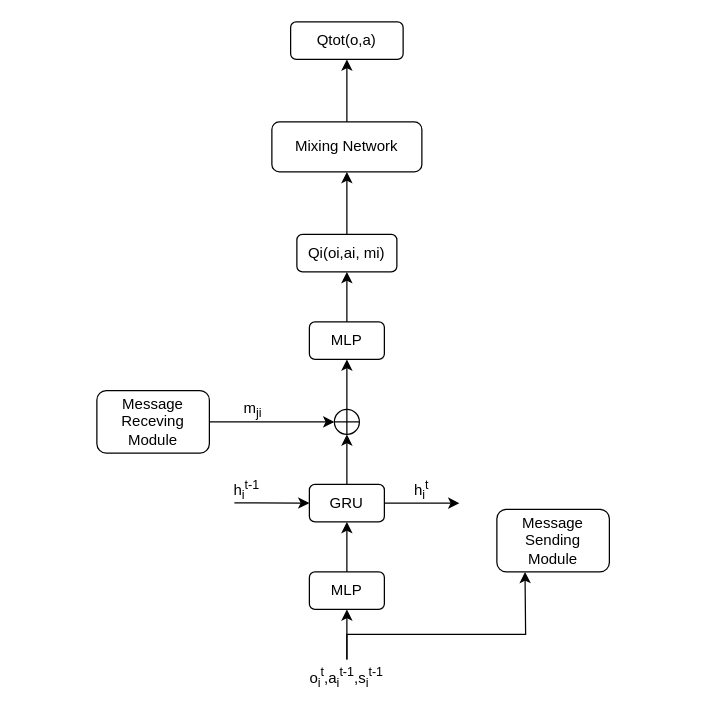
The draw.io diagram network.drawio in fan-zine/drawio, before the edit. Source tidied: cells renumbered, new cells numbered last; positions are measured from the earlier drawing's top-left corner, leaving out a move shared by most shapes. Both pictures are drawn from the tidied source at 125%, with x=0, y=0 at pixel (96, 21).
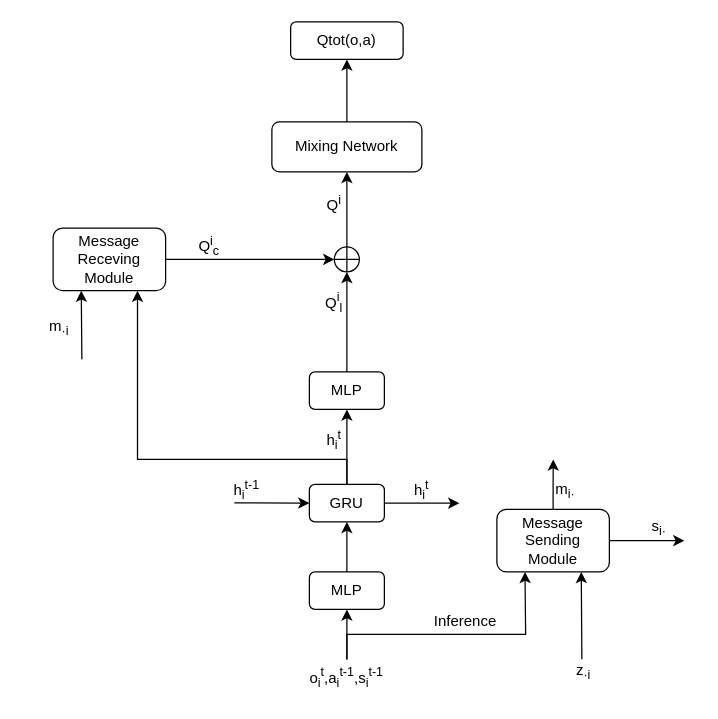
The same page after the edit.

Unchanged cells that the change refers to:
```xml
<mxCell id="5" value="GRU" style="rounded=1;whiteSpace=wrap;html=1;" parent="1" vertex="1">
  <mxGeometry x="170" y="370" width="60" height="30" as="geometry" />
</mxCell>
<mxCell id="15" value="Mixing Network" style="rounded=1;whiteSpace=wrap;html=1;" parent="1" vertex="1">
  <mxGeometry x="140" y="80" width="120" height="40" as="geometry" />
</mxCell>
<mxCell id="21" value="Message&lt;br&gt;Sending&lt;br&gt;Module" style="rounded=1;whiteSpace=wrap;html=1;" parent="1" vertex="1">
  <mxGeometry x="320" y="390" width="90" height="50" as="geometry" />
</mxCell>
```

The edit, as a diff of the source:
```diff
@@
-    <mxCell id="4" style="edgeStyle=orthogonalEdgeStyle;rounded=0;jettySize=auto;html=1;exitX=0.5;exitY=0;exitDx=0;exitDy=0;entryX=0.5;entryY=1;entryDx=0;entryDy=0;" parent="1" edge="1" source="5">
-      <mxGeometry relative="1" as="geometry">
-        <mxPoint x="200" y="330" as="targetPoint" />
-      </mxGeometry>
+    <mxCell id="4" style="edgeStyle=orthogonalEdgeStyle;rounded=0;jettySize=auto;html=1;exitX=0.5;exitY=0;exitDx=0;exitDy=0;entryX=0.5;entryY=1;entryDx=0;entryDy=0;" parent="1" edge="1" source="5" target="11">
+      <mxGeometry relative="1" as="geometry" />
     </mxCell>
+    <mxCell id="26" style="edgeStyle=orthogonalEdgeStyle;rounded=0;jettySize=auto;html=1;exitX=0.5;exitY=0;exitDx=0;exitDy=0;entryX=0.75;entryY=1;entryDx=0;entryDy=0;" parent="1" edge="1" source="5" target="24">
+      <mxGeometry relative="1" as="geometry">
+        <Array as="points">
+          <mxPoint x="200" y="350" />
+          <mxPoint x="33" y="350" />
+          <mxPoint x="33" y="215" />
+        </Array>
+      </mxGeometry>
+    </mxCell>
@@
-    <mxCell id="7" style="edgeStyle=orthogonalEdgeStyle;rounded=0;jettySize=auto;html=1;exitX=0.5;exitY=0;exitDx=0;exitDy=0;entryX=0.5;entryY=1;entryDx=0;entryDy=0;" parent="1" edge="1" source="8" target="11">
-      <mxGeometry relative="1" as="geometry" />
-    </mxCell>
-    <mxCell id="8" style="shape=orEllipse;perimeter=ellipsePerimeter;whiteSpace=wrap;html=1;backgroundOutline=1;" parent="1" vertex="1">
-      <mxGeometry x="190" y="310" width="20" height="20" as="geometry" />
-    </mxCell>
@@
-    <mxCell id="10" style="edgeStyle=orthogonalEdgeStyle;rounded=0;jettySize=auto;html=1;exitX=0.5;exitY=0;exitDx=0;exitDy=0;entryX=0.5;entryY=1;entryDx=0;entryDy=0;" parent="1" edge="1" source="11" target="13">
-      <mxGeometry relative="1" as="geometry" />
+    <mxCell id="10" style="edgeStyle=orthogonalEdgeStyle;rounded=0;jettySize=auto;html=1;exitX=0.5;exitY=0;exitDx=0;exitDy=0;entryX=0.5;entryY=1;entryDx=0;entryDy=0;" parent="1" edge="1" source="11">
+      <mxGeometry relative="1" as="geometry">
+        <mxPoint x="200" y="200" as="targetPoint" />
+      </mxGeometry>
     </mxCell>
     <mxCell id="11" value="MLP" style="rounded=1;whiteSpace=wrap;html=1;" parent="1" vertex="1">
-      <mxGeometry x="170" y="240" width="60" height="30" as="geometry" />
+      <mxGeometry x="170" y="280" width="60" height="30" as="geometry" />
     </mxCell>
-    <mxCell id="12" style="edgeStyle=orthogonalEdgeStyle;rounded=0;jettySize=auto;html=1;exitX=0.5;exitY=0;exitDx=0;exitDy=0;entryX=0.5;entryY=1;entryDx=0;entryDy=0;" parent="1" edge="1" source="13" target="15">
-      <mxGeometry relative="1" as="geometry" />
-    </mxCell>
-    <mxCell id="13" value="Qi(oi,ai, mi)" style="rounded=1;whiteSpace=wrap;html=1;" parent="1" vertex="1">
-      <mxGeometry x="160" y="170" width="80" height="30" as="geometry" />
-    </mxCell>
@@
+    <mxCell id="27" style="edgeStyle=orthogonalEdgeStyle;rounded=0;jettySize=auto;html=1;exitX=1;exitY=0.5;exitDx=0;exitDy=0;" parent="1" edge="1" source="21">
+      <mxGeometry relative="1" as="geometry">
+        <mxPoint x="470" y="415" as="targetPoint" />
+      </mxGeometry>
+    </mxCell>
+    <mxCell id="28" style="edgeStyle=orthogonalEdgeStyle;rounded=0;jettySize=auto;html=1;exitX=0.5;exitY=0;exitDx=0;exitDy=0;" parent="1" edge="1" source="21">
+      <mxGeometry relative="1" as="geometry">
+        <mxPoint x="365.1" y="350" as="targetPoint" />
+      </mxGeometry>
+    </mxCell>
@@
-    <mxCell id="23" style="edgeStyle=orthogonalEdgeStyle;rounded=0;jettySize=auto;html=1;exitX=1;exitY=0.5;exitDx=0;exitDy=0;entryX=0;entryY=0.5;entryDx=0;entryDy=0;" parent="1" edge="1" source="24" target="8">
+    <mxCell id="23" style="edgeStyle=orthogonalEdgeStyle;rounded=0;jettySize=auto;html=1;exitX=1;exitY=0.5;exitDx=0;exitDy=0;entryX=0;entryY=0.5;entryDx=0;entryDy=0;" parent="1" edge="1" source="24" target="31">
       <mxGeometry relative="1" as="geometry" />
     </mxCell>
     <mxCell id="24" value="Message&lt;br&gt;Receving&lt;br&gt;Module" style="rounded=1;whiteSpace=wrap;html=1;" parent="1" vertex="1">
-      <mxGeometry y="295" width="90" height="50" as="geometry" />
+      <mxGeometry x="-35" y="165" width="90" height="50" as="geometry" />
     </mxCell>
-    <mxCell id="25" value="m&lt;sub&gt;ji&lt;/sub&gt;" style="text;html=1;align=center;verticalAlign=middle;whiteSpace=wrap;rounded=0;" parent="1" vertex="1">
-      <mxGeometry x="95" y="295" width="60" height="30" as="geometry" />
+    <mxCell id="25" value="Q&lt;sup&gt;i&lt;/sup&gt;&lt;sub&gt;c&lt;/sub&gt;" style="text;html=1;align=center;verticalAlign=middle;whiteSpace=wrap;rounded=0;" parent="1" vertex="1">
+      <mxGeometry x="60" y="165" width="60" height="30" as="geometry" />
     </mxCell>
+    <mxCell id="29" value="h&lt;sub&gt;i&lt;/sub&gt;&lt;sup&gt;t&lt;/sup&gt;" style="text;html=1;align=center;verticalAlign=middle;whiteSpace=wrap;rounded=0;" parent="1" vertex="1">
+      <mxGeometry x="170" y="320" width="40" height="30" as="geometry" />
+    </mxCell>
+    <mxCell id="30" style="edgeStyle=orthogonalEdgeStyle;rounded=0;jettySize=auto;html=1;exitX=0.5;exitY=0;exitDx=0;exitDy=0;entryX=0.5;entryY=1;entryDx=0;entryDy=0;" parent="1" edge="1" source="31" target="15">
+      <mxGeometry relative="1" as="geometry" />
+    </mxCell>
+    <mxCell id="31" style="shape=orEllipse;perimeter=ellipsePerimeter;whiteSpace=wrap;html=1;backgroundOutline=1;" parent="1" vertex="1">
+      <mxGeometry x="190" y="180" width="20" height="20" as="geometry" />
+    </mxCell>
+    <mxCell id="32" value="Q&lt;sup&gt;i&lt;/sup&gt;&lt;sub&gt;l&lt;/sub&gt;" style="text;html=1;align=center;verticalAlign=middle;whiteSpace=wrap;rounded=0;" parent="1" vertex="1">
+      <mxGeometry x="160" y="210" width="60" height="30" as="geometry" />
+    </mxCell>
+    <mxCell id="33" value="Q&lt;sup&gt;i&lt;/sup&gt;" style="text;html=1;align=center;verticalAlign=middle;whiteSpace=wrap;rounded=0;" parent="1" vertex="1">
+      <mxGeometry x="160" y="130" width="60" height="30" as="geometry" />
+    </mxCell>
+    <mxCell id="34" style="endArrow=classic;html=1;rounded=0;entryX=0.75;entryY=1;entryDx=0;entryDy=0;" parent="1" edge="1" target="21">
+      <mxGeometry relative="1" as="geometry">
+        <mxPoint x="388" y="510" as="sourcePoint" />
+      </mxGeometry>
+    </mxCell>
+    <mxCell id="35" value="z&lt;sub&gt;·i&lt;/sub&gt;" style="text;html=1;align=center;verticalAlign=middle;whiteSpace=wrap;rounded=0;" parent="1" vertex="1">
+      <mxGeometry x="369" y="510" width="41" height="20" as="geometry" />
+    </mxCell>
+    <mxCell id="36" value="s&lt;sub&gt;i·&lt;/sub&gt;" style="text;html=1;align=center;verticalAlign=middle;whiteSpace=wrap;rounded=0;" parent="1" vertex="1">
+      <mxGeometry x="420" y="390" width="60" height="30" as="geometry" />
+    </mxCell>
+    <mxCell id="37" value="Inference" style="text;html=1;align=center;verticalAlign=middle;whiteSpace=wrap;rounded=0;" parent="1" vertex="1">
+      <mxGeometry x="270" y="470" width="50" height="20" as="geometry" />
+    </mxCell>
+    <mxCell id="38" style="endArrow=classic;html=1;rounded=0;entryX=0.25;entryY=1;entryDx=0;entryDy=0;" parent="1" edge="1" target="24">
+      <mxGeometry relative="1" as="geometry">
+        <mxPoint x="-12" y="270" as="sourcePoint" />
+      </mxGeometry>
+    </mxCell>
+    <mxCell id="39" value="m&lt;sub&gt;·i&lt;/sub&gt;" style="text;html=1;align=center;verticalAlign=middle;whiteSpace=wrap;rounded=0;" parent="1" vertex="1">
+      <mxGeometry x="-60" y="230" width="60" height="30" as="geometry" />
+    </mxCell>
+    <mxCell id="40" value="m&lt;sub&gt;i·&lt;/sub&gt;" style="text;html=1;align=center;verticalAlign=middle;whiteSpace=wrap;rounded=0;" parent="1" vertex="1">
+      <mxGeometry x="350" y="360" width="50" height="30" as="geometry" />
+    </mxCell>
```
